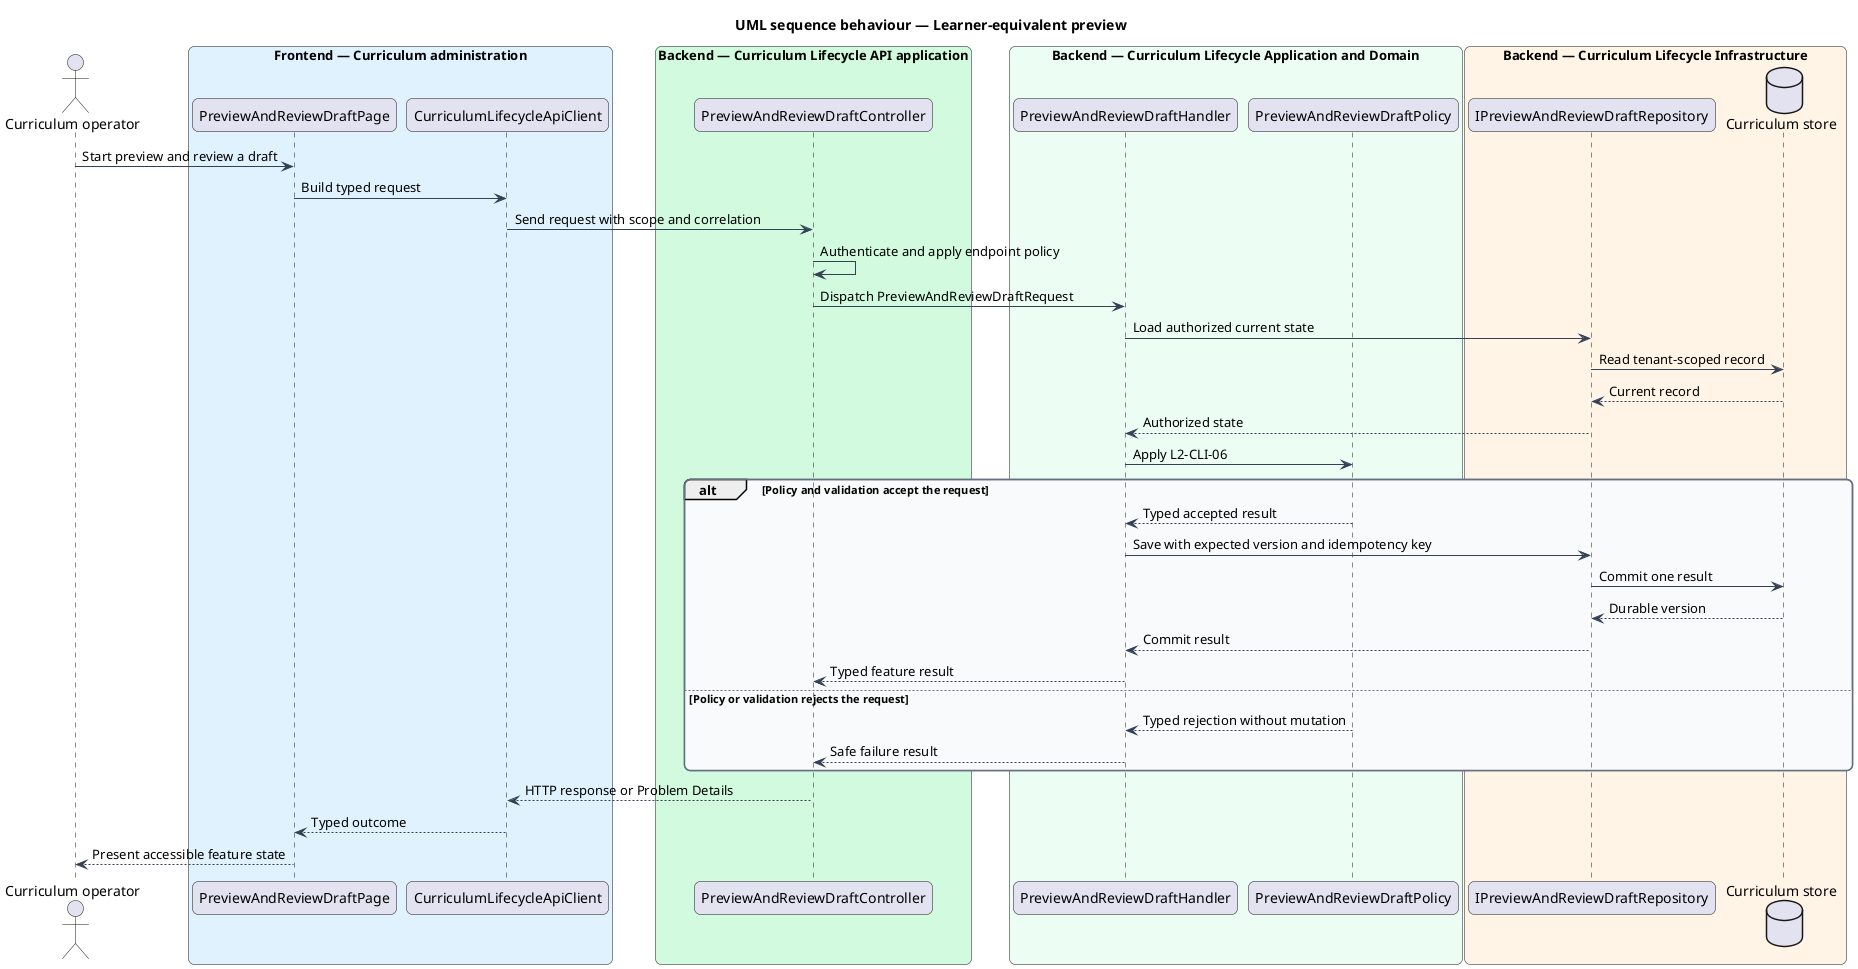
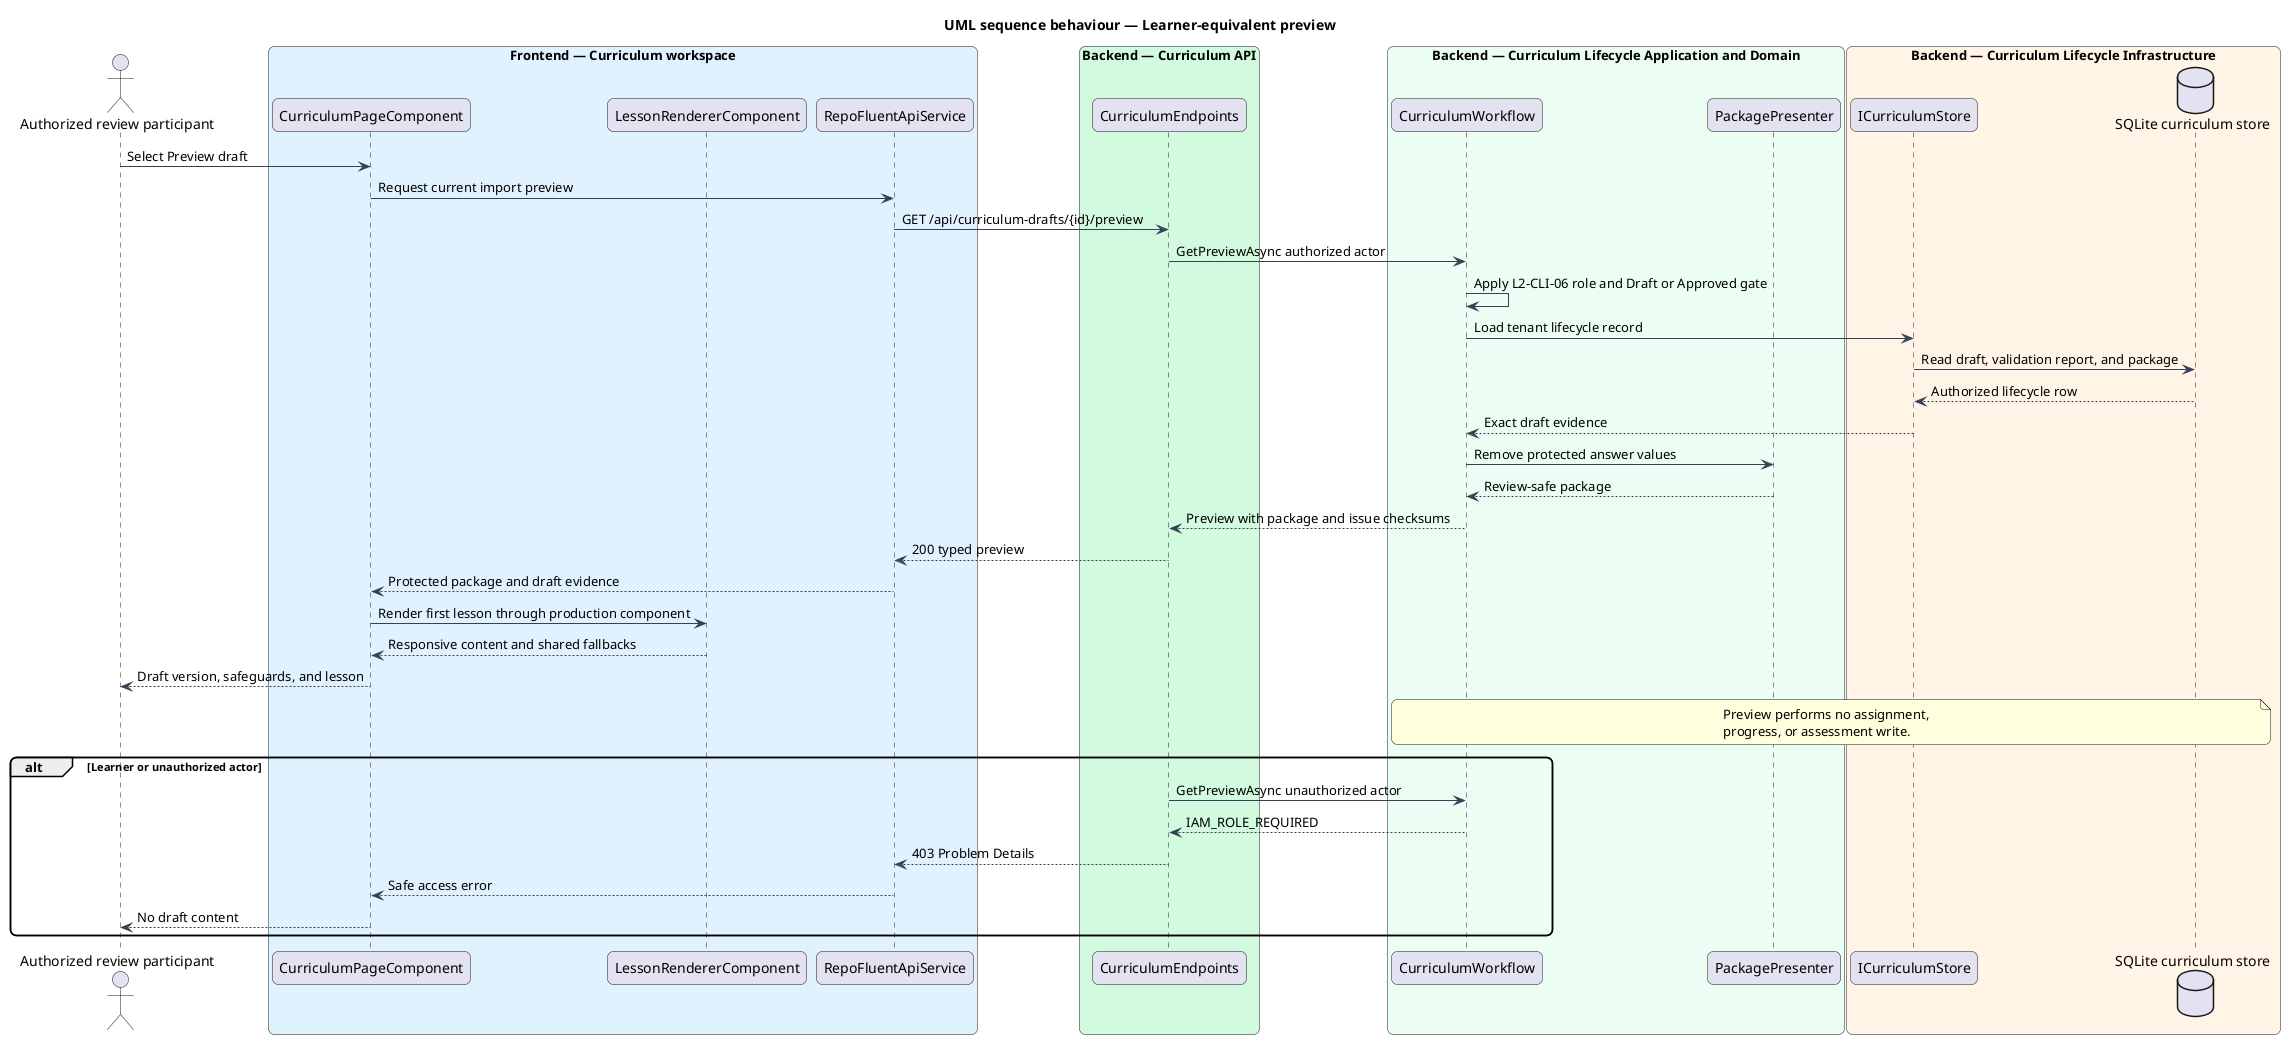
@startuml
title UML sequence behaviour — Learner-equivalent preview
skinparam backgroundColor #FFFFFF
skinparam shadowing false
skinparam roundcorner 12
skinparam defaultFontName Arial
skinparam ArrowColor #344054
- skinparam rectangle {
-   BorderColor #344054
-   FontColor #101828
- }
- skinparam package {
-   BorderColor #667085
-   FontColor #101828
-   BackgroundColor #F9FAFB
- }
- actor "Curriculum operator" as actor
- box "Frontend — Curriculum administration" #E0F2FE
-   participant "PreviewAndReviewDraftPage" as entry
-   participant "CurriculumLifecycleApiClient" as client
+ actor "Authorized review participant" as reviewParticipant
+ box "Frontend — Curriculum workspace" #E0F2FE
+   participant "CurriculumPageComponent" as page
+   participant "LessonRendererComponent" as renderer
+   participant "RepoFluentApiService" as client
end box
- box "Backend — Curriculum Lifecycle API application" #D1FADF
-   participant "PreviewAndReviewDraftController" as controller
+ box "Backend — Curriculum API" #D1FADF
+   participant "CurriculumEndpoints" as endpoints
end box
box "Backend — Curriculum Lifecycle Application and Domain" #ECFDF3
-   participant "PreviewAndReviewDraftHandler" as handler
-   participant "PreviewAndReviewDraftPolicy" as policy
+   participant "CurriculumWorkflow" as workflow
+   participant "PackagePresenter" as presenter
end box
box "Backend — Curriculum Lifecycle Infrastructure" #FFF4E5
-   participant "IPreviewAndReviewDraftRepository" as repository
-   database "Curriculum store" as store
+   participant "ICurriculumStore" as port
+   database "SQLite curriculum store" as store
end box
- actor -> entry : Start preview and review a draft
- entry -> client : Build typed request
- client -> controller : Send request with scope and correlation
- controller -> controller : Authenticate and apply endpoint policy
- controller -> handler : Dispatch PreviewAndReviewDraftRequest
- handler -> repository : Load authorized current state
- repository -> store : Read tenant-scoped record
- store --> repository : Current record
- repository --> handler : Authorized state
- handler -> policy : Apply L2-CLI-06
- alt Policy and validation accept the request
-   policy --> handler : Typed accepted result
-   handler -> repository : Save with expected version and idempotency key
-   repository -> store : Commit one result
-   store --> repository : Durable version
-   repository --> handler : Commit result
-   handler --> controller : Typed feature result
- else Policy or validation rejects the request
-   policy --> handler : Typed rejection without mutation
-   handler --> controller : Safe failure result
+ 
+ reviewParticipant -> page : Select Preview draft
+ page -> client : Request current import preview
+ client -> endpoints : GET /api/curriculum-drafts/{id}/preview
+ endpoints -> workflow : GetPreviewAsync authorized actor
+ workflow -> workflow : Apply L2-CLI-06 role and Draft or Approved gate
+ workflow -> port : Load tenant lifecycle record
+ port -> store : Read draft, validation report, and package
+ store --> port : Authorized lifecycle row
+ port --> workflow : Exact draft evidence
+ workflow -> presenter : Remove protected answer values
+ presenter --> workflow : Review-safe package
+ workflow --> endpoints : Preview with package and issue checksums
+ endpoints --> client : 200 typed preview
+ client --> page : Protected package and draft evidence
+ page -> renderer : Render first lesson through production component
+ renderer --> page : Responsive content and shared fallbacks
+ page --> reviewParticipant : Draft version, safeguards, and lesson
+ 
+ note over workflow,store
+   Preview performs no assignment,
+   progress, or assessment write.
+ end note
+ 
+ alt Learner or unauthorized actor
+   endpoints -> workflow : GetPreviewAsync unauthorized actor
+   workflow --> endpoints : IAM_ROLE_REQUIRED
+   endpoints --> client : 403 Problem Details
+   client --> page : Safe access error
+   page --> reviewParticipant : No draft content
end
- controller --> client : HTTP response or Problem Details
- client --> entry : Typed outcome
- entry --> actor : Present accessible feature state
@enduml
